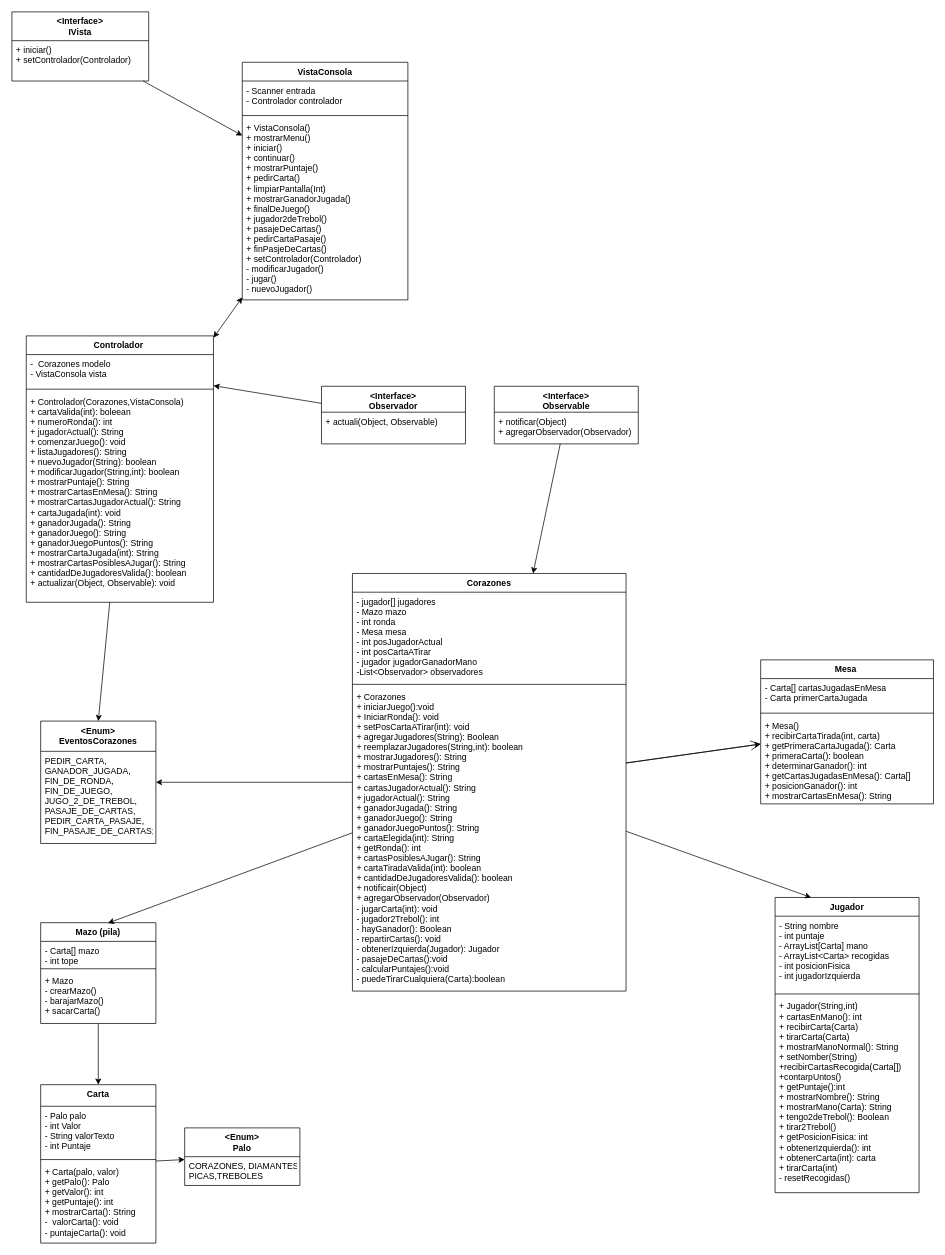
JosueGaticaOdato/POaO2022 keeps this draw.io diagram as CorazonesV2/DiagramaUML.drawio. Above is the earlier version. Source tidied: cells renumbered, new cells numbered last; positions are measured from the earlier drawing's top-left corner, leaving out a move shared by most shapes. Both pictures are drawn from the tidied source at 72%, with x=0, y=0 at pixel (12, 12).
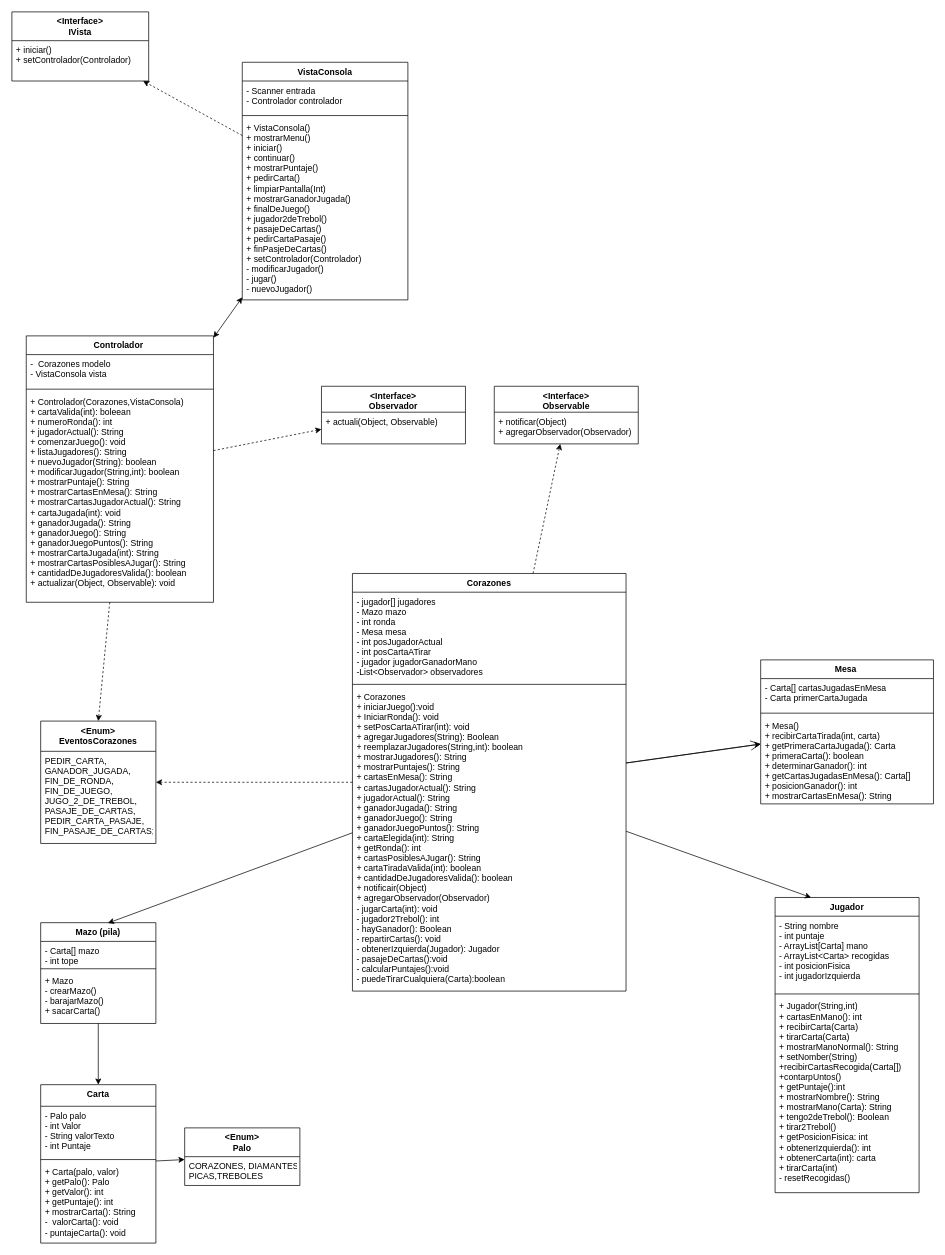
Above is the later version.

Commit message:
UML Actualizado

The change refers to these unchanged cells:
```xml
<mxCell id="14" value="Corazones" style="swimlane;fontStyle=1;align=center;verticalAlign=top;horizontal=1;startSize=26;" parent="1" vertex="1">
  <mxGeometry x="473" y="780" width="380" height="580" as="geometry" />
</mxCell>
<mxCell id="18" value="&lt;Enum&gt;&#10;EventosCorazones" style="swimlane;fontStyle=1;align=center;verticalAlign=top;horizontal=1;startSize=42;" parent="1" vertex="1">
  <mxGeometry x="40" y="985" width="160" height="170" as="geometry" />
</mxCell>
<mxCell id="33" value="&lt;Interface&gt;&#10;Observable&#10;" style="swimlane;fontStyle=1;align=center;verticalAlign=top;horizontal=1;startSize=36;" parent="1" vertex="1">
  <mxGeometry x="670" y="520" width="200" height="80" as="geometry" />
</mxCell>
<mxCell id="35" value="&lt;Interface&gt;&#10;Observador" style="swimlane;fontStyle=1;align=center;verticalAlign=top;horizontal=1;startSize=36;" parent="1" vertex="1">
  <mxGeometry x="430" y="520" width="200" height="80" as="geometry" />
</mxCell>
<mxCell id="38" value="Controlador " style="swimlane;fontStyle=1;align=center;verticalAlign=top;horizontal=1;startSize=26;" parent="1" vertex="1">
  <mxGeometry x="20" y="450" width="260" height="370" as="geometry" />
</mxCell>
<mxCell id="39" value="-  Corazones modelo&#10;- VistaConsola vista" style="text;strokeColor=none;fillColor=none;align=left;verticalAlign=top;spacingLeft=4;spacingRight=4;overflow=hidden;points=[[0,0.5],[1,0.5]];portConstraint=eastwest;" parent="38" vertex="1">
  <mxGeometry y="26" width="260" height="44" as="geometry" />
</mxCell>
<mxCell id="41" value="+ Controlador(Corazones,VistaConsola)&#10;+ cartaValida(int): boleean&#10;+ numeroRonda(): int&#10;+ jugadorActual(): String&#10;+ comenzarJuego(): void&#10;+ listaJugadores(): String&#10;+ nuevoJugador(String): boolean&#10;+ modificarJugador(String,int): boolean&#10;+ mostrarPuntaje(): String&#10;+ mostrarCartasEnMesa(): String&#10;+ mostrarCartasJugadorActual(): String&#10;+ cartaJugada(int): void&#10;+ ganadorJugada(): String&#10;+ ganadorJuego(): String&#10;+ ganadorJuegoPuntos(): String&#10;+ mostrarCartaJugada(int): String&#10;+ mostrarCartasPosiblesAJugar(): String&#10;+ cantidadDeJugadoresValida(): boolean&#10;+ actualizar(Object, Observable): void" style="text;strokeColor=none;fillColor=none;align=left;verticalAlign=top;spacingLeft=4;spacingRight=4;overflow=hidden;points=[[0,0.5],[1,0.5]];portConstraint=eastwest;" parent="38" vertex="1">
  <mxGeometry y="78" width="260" height="292" as="geometry" />
</mxCell>
<mxCell id="44" value="VistaConsola" style="swimlane;fontStyle=1;align=center;verticalAlign=top;horizontal=1;startSize=26;" parent="1" vertex="1">
  <mxGeometry x="320" y="70" width="230" height="330" as="geometry" />
</mxCell>
<mxCell id="49" value="&lt;Interface&gt;&#10;IVista" style="swimlane;fontStyle=1;align=center;verticalAlign=top;horizontal=1;startSize=40;" parent="1" vertex="1">
  <mxGeometry width="190" height="96" as="geometry" />
</mxCell>
```

Diff of the diagram source:
```diff
@@
-    <mxCell id="32" style="endArrow=classic;html=1;rounded=0;" parent="1" edge="1" source="14" target="18">
+    <mxCell id="32" style="endArrow=classic;html=1;rounded=0;dashed=1;" parent="1" edge="1" source="14" target="18">
       <mxGeometry relative="1" as="geometry" />
     </mxCell>
@@
-    <mxCell id="37" style="endArrow=classic;html=1;rounded=0;" parent="1" edge="1" source="33" target="14">
+    <mxCell id="37" style="endArrow=classic;html=1;rounded=0;dashed=1;" parent="1" edge="1" source="14" target="33">
       <mxGeometry relative="1" as="geometry" />
     </mxCell>
@@
-    <mxCell id="42" style="endArrow=classic;html=1;rounded=0;entryX=0.5;entryY=0;entryDx=0;entryDy=0;" parent="1" edge="1" source="41" target="18">
+    <mxCell id="42" style="endArrow=classic;html=1;rounded=0;entryX=0.5;entryY=0;entryDx=0;entryDy=0;dashed=1;" parent="1" edge="1" source="41" target="18">
       <mxGeometry relative="1" as="geometry" />
     </mxCell>
-    <mxCell id="43" style="endArrow=classic;html=1;rounded=0;" parent="1" edge="1" source="35" target="39">
+    <mxCell id="43" style="endArrow=classic;html=1;rounded=0;dashed=1;" parent="1" edge="1" source="38" target="35">
       <mxGeometry relative="1" as="geometry" />
     </mxCell>
@@
-    <mxCell id="51" style="endArrow=classic;html=1;rounded=0;" parent="1" edge="1" source="49" target="44">
+    <mxCell id="51" style="endArrow=classic;html=1;rounded=0;dashed=1;" parent="1" edge="1" source="44" target="49">
       <mxGeometry relative="1" as="geometry" />
     </mxCell>
```
